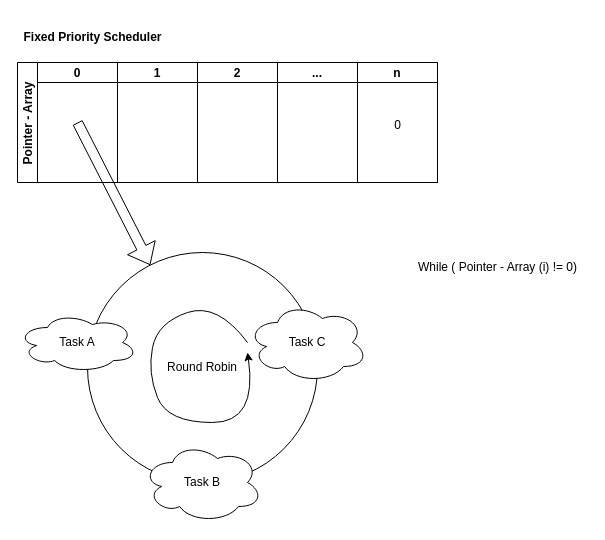
Earlier version of the draw.io diagram Assignment/Fixd_Priority_Scheduler_Design.drawio (ja-cooke/systems-programming). Source tidied: cells renumbered, new cells numbered last; positions are measured from the earlier drawing's top-left corner, leaving out a move shared by most shapes. Both pictures are drawn from the tidied source at 100%, with x=0, y=0 at pixel (17, 22).
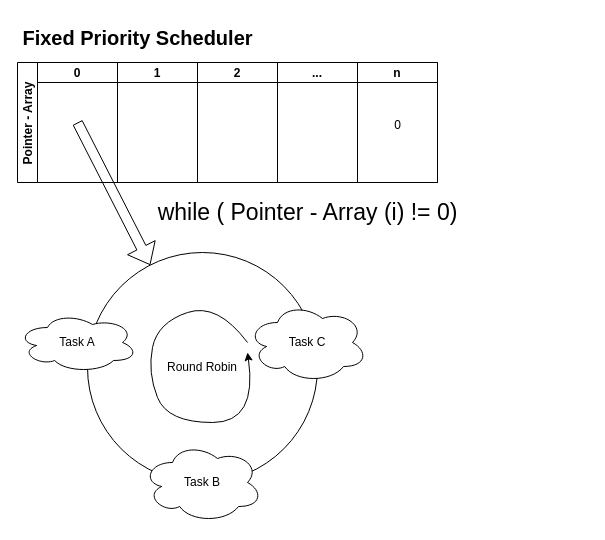
The same diagram, later.

Commit message (it also covers changes not shown here):
Report figures.

Change to the diagram source:
```diff
@@
-    <mxCell id="2" value="Fixed Priority Scheduler" style="text;html=1;align=center;verticalAlign=middle;strokeColor=none;fillColor=none;fontStyle=1;" parent="1" vertex="1">
-      <mxGeometry width="150" height="30" as="geometry" />
+    <mxCell id="2" value="Fixed Priority Scheduler" style="text;html=1;align=center;verticalAlign=middle;strokeColor=none;fillColor=none;fontStyle=1;fontSize=20;" parent="1" vertex="1">
+      <mxGeometry y="-5" width="240" height="40" as="geometry" />
     </mxCell>
@@
-    <mxCell id="16" value="While ( Pointer - Array (i) != 0)" style="text;html=1;align=center;verticalAlign=middle;strokeColor=none;fillColor=none;" parent="1" vertex="1">
-      <mxGeometry x="390" y="230" width="180" height="30" as="geometry" />
+    <mxCell id="16" value="while ( Pointer - Array (i) != 0)" style="text;html=1;align=center;verticalAlign=middle;strokeColor=none;fillColor=none;fontSize=23;" parent="1" vertex="1">
+      <mxGeometry x="130" y="170" width="320" height="40" as="geometry" />
     </mxCell>
```
